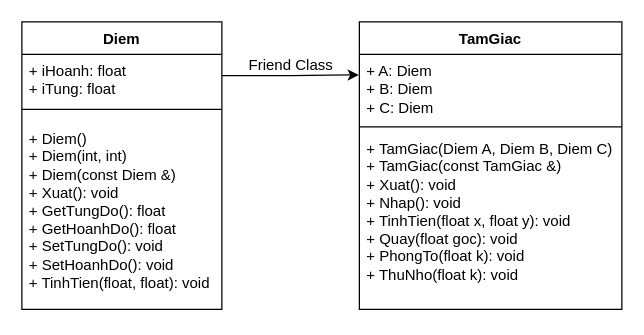
miscitaofvh/IT002-ReportLabX keeps this draw.io diagram as Lab2/Diagram.drawio. Above is the earlier version. Source tidied: cells renumbered, new cells numbered last; positions are measured from the earlier drawing's top-left corner, leaving out a move shared by most shapes. Both pictures are drawn from the tidied source at 125%, with x=0, y=0 at pixel (21, 21).
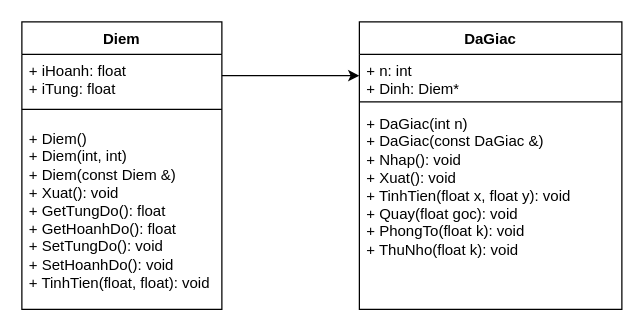
The same diagram, later.

Change to the diagram source:
```diff
@@
 <mxGraphModel>
   <root>
     <mxCell id="0" />
     <mxCell id="1" parent="0" />
     <mxCell id="2" value="Diem" style="swimlane;fontStyle=1;align=center;verticalAlign=top;horizontal=1;startSize=26;whiteSpace=wrap;html=1;" parent="1" vertex="1">
       <mxGeometry width="160" height="230" as="geometry" />
     </mxCell>
     <mxCell id="3" value="+ iHoanh: float&lt;div&gt;+ iTung: float&lt;/div&gt;" style="text;strokeColor=none;fillColor=none;align=left;verticalAlign=top;spacingLeft=4;spacingRight=4;overflow=hidden;points=[[0,0.5],[1,0.5]];portConstraint=eastwest;whiteSpace=wrap;html=1;" parent="2" vertex="1">
       <mxGeometry y="26" width="160" height="34" as="geometry" />
     </mxCell>
     <mxCell id="4" style="line;strokeWidth=1;fillColor=none;align=left;verticalAlign=middle;spacingTop=-1;spacingLeft=3;spacingRight=3;labelPosition=right;strokeColor=inherit;" parent="2" vertex="1">
       <mxGeometry y="60" width="160" height="20" as="geometry" />
     </mxCell>
     <mxCell id="5" value="+ Diem()&lt;div&gt;+ Diem(int, int)&lt;/div&gt;&lt;div&gt;+ Diem(const Diem &amp;amp;)&lt;/div&gt;&lt;div&gt;+ Xuat(): void&lt;/div&gt;&lt;div&gt;+ GetTungDo(): float&lt;/div&gt;&lt;div&gt;+ GetHoanhDo(): float&lt;/div&gt;&lt;div&gt;+ SetTungDo(): void&lt;/div&gt;&lt;div&gt;+ SetHoanhDo(): void&lt;/div&gt;&lt;div&gt;+ TinhTien(float, float): void&lt;/div&gt;" style="text;strokeColor=none;fillColor=none;align=left;verticalAlign=top;spacingLeft=4;spacingRight=4;overflow=hidden;whiteSpace=wrap;html=1;" parent="2" vertex="1">
       <mxGeometry y="80" width="160" height="150" as="geometry" />
     </mxCell>
-    <mxCell id="6" value="TamGiac" style="swimlane;fontStyle=1;align=center;verticalAlign=top;horizontal=1;startSize=26;whiteSpace=wrap;html=1;" parent="1" vertex="1">
+    <mxCell id="6" value="DaGiac" style="swimlane;fontStyle=1;align=center;verticalAlign=top;horizontal=1;startSize=26;whiteSpace=wrap;html=1;" parent="1" vertex="1">
       <mxGeometry x="270" width="210" height="230" as="geometry" />
     </mxCell>
-    <mxCell id="7" value="+ A: Diem&lt;div&gt;+ B: Diem&lt;/div&gt;&lt;div&gt;+ C: Diem&lt;/div&gt;" style="text;strokeColor=none;fillColor=none;align=left;verticalAlign=top;spacingLeft=4;spacingRight=4;overflow=hidden;points=[[0,0.5],[1,0.5]];portConstraint=eastwest;whiteSpace=wrap;html=1;" parent="6" vertex="1">
-      <mxGeometry y="26" width="210" height="54" as="geometry" />
+    <mxCell id="7" value="+ n: int&lt;div&gt;+ Dinh: Diem*&lt;/div&gt;" style="text;strokeColor=none;fillColor=none;align=left;verticalAlign=top;spacingLeft=4;spacingRight=4;overflow=hidden;points=[[0,0.5],[1,0.5]];portConstraint=eastwest;whiteSpace=wrap;html=1;" parent="6" vertex="1">
+      <mxGeometry y="26" width="210" height="34" as="geometry" />
     </mxCell>
     <mxCell id="8" style="line;strokeWidth=1;fillColor=none;align=left;verticalAlign=middle;spacingTop=-1;spacingLeft=3;spacingRight=3;labelPosition=right;strokeColor=inherit;" parent="6" vertex="1">
-      <mxGeometry y="80" width="210" height="8" as="geometry" />
+      <mxGeometry y="60" width="210" height="8" as="geometry" />
     </mxCell>
-    <mxCell id="9" value="+ TamGiac(Diem A, Diem B, Diem C)&lt;div&gt;+ TamGiac(const TamGiac &amp;amp;)&amp;nbsp;&lt;/div&gt;&lt;div&gt;+ Xuat(): void&amp;nbsp;&lt;/div&gt;&lt;div&gt;+ Nhap(): void&amp;nbsp;&lt;/div&gt;&lt;div&gt;+ TinhTien(float x, float y): void&amp;nbsp;&lt;/div&gt;&lt;div&gt;+ Quay(float goc): void&amp;nbsp;&lt;/div&gt;&lt;div&gt;+ PhongTo(float k): void&amp;nbsp;&lt;/div&gt;&lt;div&gt;+ ThuNho(float k): void&lt;br&gt;&lt;/div&gt;" style="text;strokeColor=none;fillColor=none;align=left;verticalAlign=top;spacingLeft=4;spacingRight=4;overflow=hidden;whiteSpace=wrap;html=1;" parent="6" vertex="1">
-      <mxGeometry y="88" width="210" height="142" as="geometry" />
+    <mxCell id="9" value="&lt;div&gt;+ DaGiac(int n)&lt;br&gt;+ DaGiac(const DaGiac &amp;amp;)&lt;br&gt;+ Nhap(): void&lt;br&gt;+ Xuat(): void&lt;br&gt;+ TinhTien(float x, float y): void&lt;br&gt;+ Quay(float goc): void&lt;br&gt;+ PhongTo(float k): void&lt;br&gt;+ ThuNho(float k): void&lt;br&gt;&lt;/div&gt;" style="text;strokeColor=none;fillColor=none;align=left;verticalAlign=top;spacingLeft=4;spacingRight=4;overflow=hidden;whiteSpace=wrap;html=1;" parent="6" vertex="1">
+      <mxGeometry y="68" width="210" height="162" as="geometry" />
     </mxCell>
-    <mxCell id="10" style="edgeStyle=orthogonalEdgeStyle;rounded=0;jettySize=auto;html=1;exitX=1;exitY=0.5;exitDx=0;exitDy=0;entryX=-0.002;entryY=0.304;entryDx=0;entryDy=0;entryPerimeter=0;" parent="1" edge="1" source="3" target="7">
+    <mxCell id="10" style="edgeStyle=orthogonalEdgeStyle;rounded=0;jettySize=auto;html=1;exitX=1;exitY=0.5;exitDx=0;exitDy=0;entryX=0;entryY=0.5;entryDx=0;entryDy=0;" parent="1" edge="1" source="3" target="7">
       <mxGeometry relative="1" as="geometry" />
     </mxCell>
-    <mxCell id="11" value="Friend Class" style="text;html=1;align=center;verticalAlign=middle;strokeColor=none;fillColor=none;" parent="1" vertex="1">
-      <mxGeometry x="170" y="20" width="90" height="30" as="geometry" />
-    </mxCell>
   </root>
 </mxGraphModel>
```
